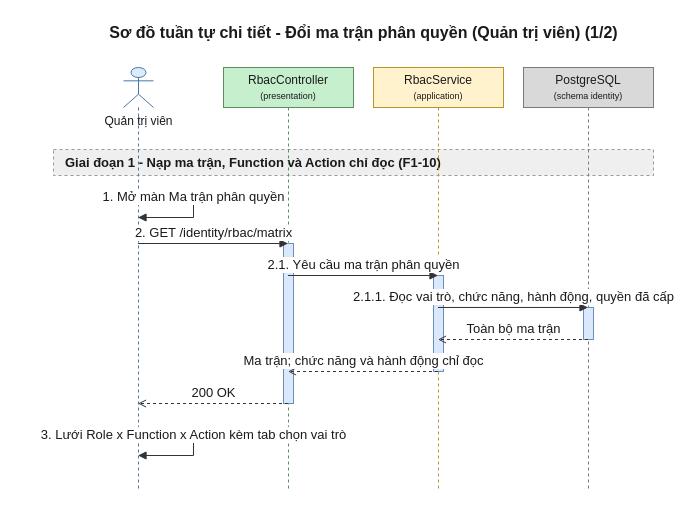
This is 08-diagram/sequence/admin/sequence_admin_doi_ma_tran_phan_quyen_p1.drawio from daiphu1801/PRJ_ALGOPREP, a draw.io file, before an edit. Source tidied: cells renumbered, new cells numbered last; positions are measured from the earlier drawing's top-left corner, leaving out a move shared by most shapes. Both pictures are drawn from the tidied source at 100%, with x=0, y=0 at pixel (53, 17).
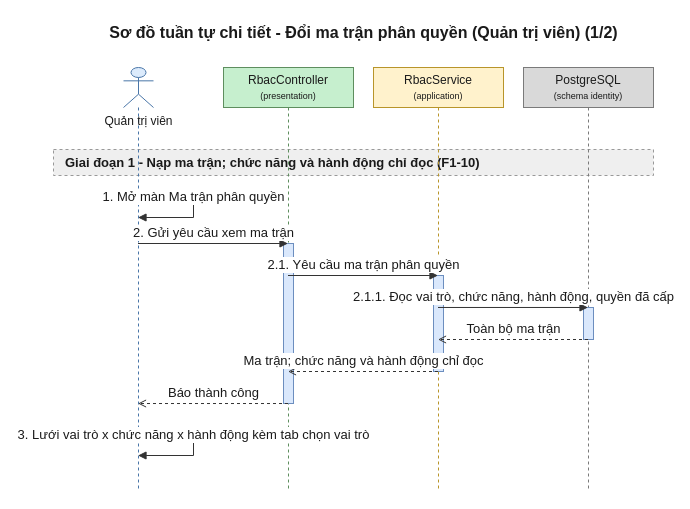
After the change.

The change refers to these unchanged cells:
```xml
<mxCell id="4" value="Quản trị viên" style="shape=umlLifeline;participant=umlActor;perimeter=lifelinePerimeter;html=1;outlineConnect=0;size=40;verticalAlign=top;spacingTop=40;fillColor=#DCEBFC;strokeColor=#4A76A8;fontColor=#1A1A1A;" parent="1" vertex="1">
  <mxGeometry x="70" y="50" width="30" height="424" as="geometry" />
</mxCell>
<mxCell id="5" value="RbacController&lt;br&gt;&lt;font style=&quot;font-size:9px&quot;&gt;(presentation)&lt;/font&gt;" style="shape=umlLifeline;perimeter=lifelinePerimeter;whiteSpace=wrap;html=1;outlineConnect=0;size=40;fillColor=#C6EFCE;strokeColor=#5E8E5E;fontColor=#1A1A1A;" parent="1" vertex="1">
  <mxGeometry x="170" y="50" width="130" height="424" as="geometry" />
</mxCell>
```

What changed in the source:
```diff
@@
-    <mxCell id="3" value="Giai đoạn 1 - Nạp ma trận, Function và Action chỉ đọc (F1-10)" style="algoprep=phase;rounded=0;whiteSpace=wrap;html=1;fillColor=#EFEFEF;strokeColor=#999999;dashed=1;align=left;verticalAlign=middle;spacingLeft=10;fontColor=#1A1A1A;fontSize=13;fontStyle=1;" parent="1" vertex="1">
+    <mxCell id="3" value="Giai đoạn 1 - Nạp ma trận; chức năng và hành động chỉ đọc (F1-10)" style="algoprep=phase;rounded=0;whiteSpace=wrap;html=1;fillColor=#EFEFEF;strokeColor=#999999;dashed=1;align=left;verticalAlign=middle;spacingLeft=10;fontColor=#1A1A1A;fontSize=13;fontStyle=1;" parent="1" vertex="1">
       <mxGeometry y="132" width="600" height="26" as="geometry" />
     </mxCell>
@@
-    <mxCell id="12" value="2. GET /identity/rbac/matrix" style="edgeStyle=none;html=1;endArrow=block;endFill=1;strokeColor=#333333;fontColor=#1A1A1A;fontSize=13;verticalAlign=bottom;exitX=0.5;exitY=0.4151;exitDx=0;exitDy=0;entryX=0.5;entryY=0.4151;entryDx=0;entryDy=0;" parent="1" edge="1" source="4" target="5">
+    <mxCell id="12" value="2. Gửi yêu cầu xem ma trận" style="edgeStyle=none;html=1;endArrow=block;endFill=1;strokeColor=#333333;fontColor=#1A1A1A;fontSize=13;verticalAlign=bottom;exitX=0.5;exitY=0.4151;exitDx=0;exitDy=0;entryX=0.5;entryY=0.4151;entryDx=0;entryDy=0;" parent="1" edge="1" source="4" target="5">
       <mxGeometry relative="1" as="geometry" />
     </mxCell>
@@
-    <mxCell id="17" value="200 OK" style="edgeStyle=none;html=1;endArrow=open;endFill=0;dashed=1;strokeColor=#333333;fontColor=#1A1A1A;fontSize=13;verticalAlign=bottom;exitX=0.5;exitY=0.7925;exitDx=0;exitDy=0;entryX=0.5;entryY=0.7925;entryDx=0;entryDy=0;" parent="1" edge="1" source="5" target="4">
+    <mxCell id="17" value="Báo thành công" style="edgeStyle=none;html=1;endArrow=open;endFill=0;dashed=1;strokeColor=#333333;fontColor=#1A1A1A;fontSize=13;verticalAlign=bottom;exitX=0.5;exitY=0.7925;exitDx=0;exitDy=0;entryX=0.5;entryY=0.7925;entryDx=0;entryDy=0;" parent="1" edge="1" source="5" target="4">
       <mxGeometry relative="1" as="geometry" />
     </mxCell>
-    <mxCell id="18" value="3. Lưới Role x Function x Action kèm tab chọn vai trò" style="edgeStyle=orthogonalEdgeStyle;rounded=0;html=1;endArrow=block;endFill=1;strokeColor=#333333;fontColor=#1A1A1A;fontSize=13;verticalAlign=bottom;exitX=0.5;exitY=0.8679;exitDx=0;exitDy=0;entryX=0.5;entryY=0.9151;entryDx=0;entryDy=0;" parent="1" edge="1" source="4" target="4">
+    <mxCell id="18" value="3. Lưới vai trò x chức năng x hành động kèm tab chọn vai trò" style="edgeStyle=orthogonalEdgeStyle;rounded=0;html=1;endArrow=block;endFill=1;strokeColor=#333333;fontColor=#1A1A1A;fontSize=13;verticalAlign=bottom;exitX=0.5;exitY=0.8679;exitDx=0;exitDy=0;entryX=0.5;entryY=0.9151;entryDx=0;entryDy=0;" parent="1" edge="1" source="4" target="4">
       <mxGeometry relative="1" as="geometry">
         <Array as="points">
           <mxPoint x="140" y="418" />
           <mxPoint x="140" y="438" />
         </Array>
       </mxGeometry>
     </mxCell>
```
